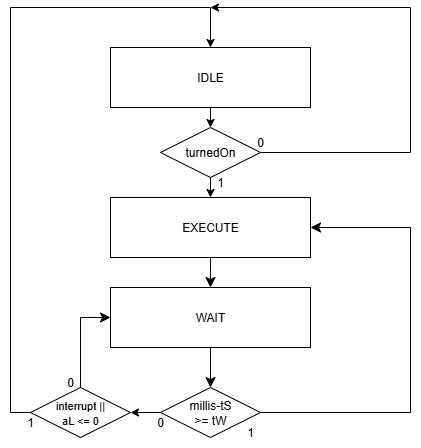
Earlier version of the draw.io export DiagramaDeEstados.png (Dexiis/FSO-TP1). Source tidied: cells renumbered, new cells last; positions are measured from the earlier drawing's top-left corner, leaving out a move shared by most shapes.
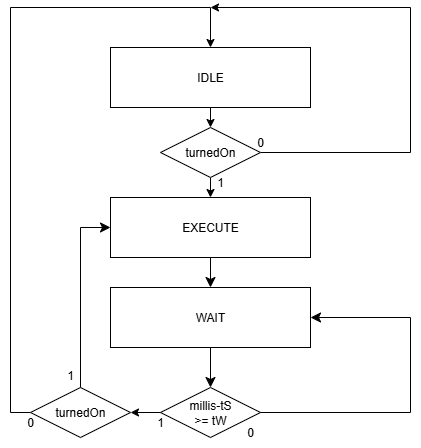
The same file after the commit.

Commit message:
Diagrama de Estados Atualizado

The edit, as a diff of the source:
```diff
@@ -2,107 +2,107 @@
   <root>
     <mxCell id="0" />
     <mxCell id="1" parent="0" />
-    <mxCell id="2" style="edgeStyle=none;curved=1;rounded=0;jettySize=auto;html=1;exitX=0.5;exitY=1;exitDx=0;exitDy=0;entryX=0.5;entryY=0;entryDx=0;entryDy=0;fontSize=12;startSize=8;endSize=8;" parent="1" edge="1" source="3" target="6">
-      <mxGeometry relative="1" as="geometry" />
-    </mxCell>
-    <mxCell id="3" style="rounded=0;whiteSpace=wrap;html=1;" parent="1" vertex="1">
-      <mxGeometry x="110" y="190" width="200" height="60" as="geometry" />
-    </mxCell>
+    <mxCell id="29" style="edgeStyle=none;curved=1;rounded=0;jettySize=auto;html=1;exitX=0.5;exitY=1;exitDx=0;exitDy=0;entryX=0.5;entryY=0;entryDx=0;entryDy=0;fontSize=12;startSize=8;endSize=8;" parent="1" edge="1" source="30" target="32">
+      <mxGeometry relative="1" as="geometry" />
+    </mxCell>
+    <mxCell id="30" style="rounded=0;whiteSpace=wrap;html=1;" parent="1" vertex="1">
+      <mxGeometry x="110" y="190" width="200" height="60" as="geometry" />
+    </mxCell>
     <mxCell id="4" value="EXECUTE" style="text;html=1;align=center;verticalAlign=middle;whiteSpace=wrap;rounded=0;" parent="1" vertex="1">
       <mxGeometry x="180" y="205" width="60" height="30" as="geometry" />
     </mxCell>
-    <mxCell id="5" style="edgeStyle=none;curved=1;rounded=0;jettySize=auto;html=1;exitX=0.5;exitY=1;exitDx=0;exitDy=0;entryX=0.5;entryY=0;entryDx=0;entryDy=0;fontSize=12;startSize=8;endSize=8;" parent="1" edge="1" source="6" target="9">
-      <mxGeometry relative="1" as="geometry" />
-    </mxCell>
-    <mxCell id="6" style="rounded=0;whiteSpace=wrap;html=1;" parent="1" vertex="1">
-      <mxGeometry x="110" y="280" width="200" height="60" as="geometry" />
-    </mxCell>
+    <mxCell id="31" style="edgeStyle=none;curved=1;rounded=0;jettySize=auto;html=1;exitX=0.5;exitY=1;exitDx=0;exitDy=0;entryX=0.5;entryY=0;entryDx=0;entryDy=0;fontSize=12;startSize=8;endSize=8;" parent="1" edge="1" source="32" target="34">
+      <mxGeometry relative="1" as="geometry" />
+    </mxCell>
+    <mxCell id="32" style="rounded=0;whiteSpace=wrap;html=1;" parent="1" vertex="1">
+      <mxGeometry x="110" y="280" width="200" height="60" as="geometry" />
+    </mxCell>
     <mxCell id="7" value="WAIT" style="text;html=1;align=center;verticalAlign=middle;whiteSpace=wrap;rounded=0;" parent="1" vertex="1">
       <mxGeometry x="180" y="295" width="60" height="30" as="geometry" />
     </mxCell>
-    <mxCell id="8" style="edgeStyle=none;curved=0;rounded=0;jettySize=auto;html=1;entryX=1;entryY=0.5;entryDx=0;entryDy=0;fontSize=12;startSize=8;endSize=8;exitX=1;exitY=0.5;exitDx=0;exitDy=0;" parent="1" edge="1" source="9" target="3">
-      <mxGeometry relative="1" as="geometry">
-        <Array as="points">
-          <mxPoint x="410" y="405" />
-          <mxPoint x="410" y="220" />
-        </Array>
-      </mxGeometry>
-    </mxCell>
-    <mxCell id="9" style="rhombus;whiteSpace=wrap;html=1;" parent="1" vertex="1">
-      <mxGeometry x="160" y="380" width="100" height="50" as="geometry" />
-    </mxCell>
-    <mxCell id="10" style="edgeStyle=orthogonalEdgeStyle;rounded=0;jettySize=auto;html=1;exitX=0.5;exitY=1;exitDx=0;exitDy=0;entryX=0.5;entryY=0;entryDx=0;entryDy=0;" parent="1" edge="1" source="11" target="25">
-      <mxGeometry relative="1" as="geometry" />
-    </mxCell>
-    <mxCell id="11" style="rounded=0;whiteSpace=wrap;html=1;" parent="1" vertex="1">
-      <mxGeometry x="110" y="40" width="200" height="60" as="geometry" />
-    </mxCell>
+    <mxCell id="33" style="edgeStyle=none;curved=0;rounded=0;jettySize=auto;html=1;entryX=1;entryY=0.5;entryDx=0;entryDy=0;fontSize=12;startSize=8;endSize=8;exitX=1;exitY=0.5;exitDx=0;exitDy=0;" parent="1" edge="1" source="34" target="32">
+      <mxGeometry relative="1" as="geometry">
+        <Array as="points">
+          <mxPoint x="410" y="405" />
+          <mxPoint x="410" y="310" />
+        </Array>
+      </mxGeometry>
+    </mxCell>
+    <mxCell id="34" style="rhombus;whiteSpace=wrap;html=1;" parent="1" vertex="1">
+      <mxGeometry x="160" y="380" width="100" height="50" as="geometry" />
+    </mxCell>
+    <mxCell id="35" style="edgeStyle=orthogonalEdgeStyle;rounded=0;jettySize=auto;html=1;exitX=0.5;exitY=1;exitDx=0;exitDy=0;entryX=0.5;entryY=0;entryDx=0;entryDy=0;" parent="1" edge="1" source="36" target="48">
+      <mxGeometry relative="1" as="geometry" />
+    </mxCell>
+    <mxCell id="36" style="rounded=0;whiteSpace=wrap;html=1;" parent="1" vertex="1">
+      <mxGeometry x="110" y="40" width="200" height="60" as="geometry" />
+    </mxCell>
     <mxCell id="12" value="IDLE" style="text;html=1;align=center;verticalAlign=middle;whiteSpace=wrap;rounded=0;" parent="1" vertex="1">
       <mxGeometry x="180" y="55" width="60" height="30" as="geometry" />
     </mxCell>
     <mxCell id="13" value="millis-tS &amp;gt;= tW" style="text;html=1;align=center;verticalAlign=middle;whiteSpace=wrap;rounded=0;" parent="1" vertex="1">
       <mxGeometry x="180" y="390" width="60" height="30" as="geometry" />
     </mxCell>
-    <mxCell id="14" value="1" style="text;html=1;align=center;verticalAlign=middle;whiteSpace=wrap;rounded=0;" parent="1" vertex="1">
-      <mxGeometry x="220" y="410" width="60" height="30" as="geometry" />
-    </mxCell>
-    <mxCell id="15" value="0" style="text;html=1;align=center;verticalAlign=middle;whiteSpace=wrap;rounded=0;" parent="1" vertex="1">
-      <mxGeometry x="130" y="400" width="60" height="30" as="geometry" />
-    </mxCell>
-    <mxCell id="16" style="edgeStyle=orthogonalEdgeStyle;rounded=0;jettySize=auto;html=1;exitX=0;exitY=0.5;exitDx=0;exitDy=0;entryX=0.5;entryY=0;entryDx=0;entryDy=0;" parent="1" edge="1" source="18" target="11">
-      <mxGeometry relative="1" as="geometry">
-        <Array as="points">
-          <mxPoint x="10" y="405" />
-          <mxPoint x="10" />
-          <mxPoint x="210" />
-        </Array>
-      </mxGeometry>
-    </mxCell>
-    <mxCell id="17" style="edgeStyle=none;curved=0;rounded=0;jettySize=auto;html=1;exitX=0.5;exitY=0;exitDx=0;exitDy=0;entryX=0;entryY=0.5;entryDx=0;entryDy=0;fontSize=12;startSize=8;endSize=8;" parent="1" edge="1" source="18" target="6">
-      <mxGeometry relative="1" as="geometry">
-        <Array as="points">
-          <mxPoint x="80" y="310" />
-        </Array>
-      </mxGeometry>
-    </mxCell>
-    <mxCell id="18" style="rhombus;whiteSpace=wrap;html=1;" parent="1" vertex="1">
-      <mxGeometry x="30" y="380" width="100" height="50" as="geometry" />
-    </mxCell>
-    <mxCell id="19" value="&lt;font style=&quot;font-size: 11px;&quot;&gt;interrupt || aL &amp;lt;= 0&lt;/font&gt;" style="text;html=1;align=center;verticalAlign=middle;whiteSpace=wrap;rounded=0;" parent="1" vertex="1">
-      <mxGeometry x="50" y="390" width="60" height="30" as="geometry" />
-    </mxCell>
-    <mxCell id="20" value="0" style="text;html=1;align=center;verticalAlign=middle;whiteSpace=wrap;rounded=0;" parent="1" vertex="1">
-      <mxGeometry x="40" y="360" width="60" height="30" as="geometry" />
-    </mxCell>
-    <mxCell id="21" value="1" style="text;html=1;align=center;verticalAlign=middle;whiteSpace=wrap;rounded=0;" parent="1" vertex="1">
-      <mxGeometry y="400" width="60" height="30" as="geometry" />
-    </mxCell>
-    <mxCell id="22" style="edgeStyle=orthogonalEdgeStyle;rounded=0;jettySize=auto;html=1;exitX=0;exitY=0.5;exitDx=0;exitDy=0;entryX=1;entryY=0.5;entryDx=0;entryDy=0;" parent="1" edge="1" source="9" target="18">
-      <mxGeometry relative="1" as="geometry" />
-    </mxCell>
-    <mxCell id="23" style="edgeStyle=orthogonalEdgeStyle;rounded=0;jettySize=auto;html=1;exitX=0.5;exitY=1;exitDx=0;exitDy=0;entryX=0.5;entryY=0;entryDx=0;entryDy=0;" parent="1" edge="1" source="25" target="3">
-      <mxGeometry relative="1" as="geometry" />
-    </mxCell>
-    <mxCell id="24" style="edgeStyle=orthogonalEdgeStyle;rounded=0;jettySize=auto;html=1;exitX=1;exitY=0.5;exitDx=0;exitDy=0;" parent="1" edge="1" source="25">
-      <mxGeometry relative="1" as="geometry">
-        <mxPoint x="210" as="targetPoint" />
-        <Array as="points">
-          <mxPoint x="410" y="145" />
-          <mxPoint x="410" />
-        </Array>
-      </mxGeometry>
-    </mxCell>
-    <mxCell id="25" style="rhombus;whiteSpace=wrap;html=1;" parent="1" vertex="1">
-      <mxGeometry x="160" y="120" width="100" height="50" as="geometry" />
-    </mxCell>
-    <mxCell id="26" value="1" style="text;html=1;align=center;verticalAlign=middle;whiteSpace=wrap;rounded=0;" parent="1" vertex="1">
-      <mxGeometry x="190" y="160" width="60" height="30" as="geometry" />
-    </mxCell>
-    <mxCell id="27" value="turnedOn" style="text;html=1;align=center;verticalAlign=middle;whiteSpace=wrap;rounded=0;" parent="1" vertex="1">
-      <mxGeometry x="180" y="130" width="60" height="30" as="geometry" />
-    </mxCell>
-    <mxCell id="28" value="0" style="text;html=1;align=center;verticalAlign=middle;whiteSpace=wrap;rounded=0;" parent="1" vertex="1">
-      <mxGeometry x="230" y="120" width="60" height="30" as="geometry" />
-    </mxCell>
+    <mxCell id="37" value="0" style="text;html=1;align=center;verticalAlign=middle;whiteSpace=wrap;rounded=0;" parent="1" vertex="1">
+      <mxGeometry x="220" y="410" width="60" height="30" as="geometry" />
+    </mxCell>
+    <mxCell id="38" value="1" style="text;html=1;align=center;verticalAlign=middle;whiteSpace=wrap;rounded=0;" parent="1" vertex="1">
+      <mxGeometry x="130" y="400" width="60" height="30" as="geometry" />
+    </mxCell>
+    <mxCell id="39" style="edgeStyle=orthogonalEdgeStyle;rounded=0;jettySize=auto;html=1;exitX=0;exitY=0.5;exitDx=0;exitDy=0;entryX=0.5;entryY=0;entryDx=0;entryDy=0;" parent="1" edge="1" source="41" target="36">
+      <mxGeometry relative="1" as="geometry">
+        <Array as="points">
+          <mxPoint x="10" y="405" />
+          <mxPoint x="10" />
+          <mxPoint x="210" />
+        </Array>
+      </mxGeometry>
+    </mxCell>
+    <mxCell id="40" style="edgeStyle=none;curved=0;rounded=0;jettySize=auto;html=1;exitX=0.5;exitY=0;exitDx=0;exitDy=0;entryX=0;entryY=0.5;entryDx=0;entryDy=0;fontSize=12;startSize=8;endSize=8;" parent="1" edge="1" source="41" target="30">
+      <mxGeometry relative="1" as="geometry">
+        <Array as="points">
+          <mxPoint x="80" y="220" />
+        </Array>
+      </mxGeometry>
+    </mxCell>
+    <mxCell id="41" style="rhombus;whiteSpace=wrap;html=1;" parent="1" vertex="1">
+      <mxGeometry x="30" y="380" width="100" height="50" as="geometry" />
+    </mxCell>
+    <mxCell id="42" value="turnedOn" style="text;html=1;align=center;verticalAlign=middle;whiteSpace=wrap;rounded=0;" parent="1" vertex="1">
+      <mxGeometry x="50" y="390" width="60" height="30" as="geometry" />
+    </mxCell>
+    <mxCell id="43" value="1&lt;div&gt;&lt;br&gt;&lt;/div&gt;" style="text;html=1;align=center;verticalAlign=middle;whiteSpace=wrap;rounded=0;" parent="1" vertex="1">
+      <mxGeometry x="40" y="360" width="60" height="30" as="geometry" />
+    </mxCell>
+    <mxCell id="44" value="0" style="text;html=1;align=center;verticalAlign=middle;whiteSpace=wrap;rounded=0;" parent="1" vertex="1">
+      <mxGeometry y="400" width="60" height="30" as="geometry" />
+    </mxCell>
+    <mxCell id="45" style="edgeStyle=orthogonalEdgeStyle;rounded=0;jettySize=auto;html=1;exitX=0;exitY=0.5;exitDx=0;exitDy=0;entryX=1;entryY=0.5;entryDx=0;entryDy=0;" parent="1" edge="1" source="34" target="41">
+      <mxGeometry relative="1" as="geometry" />
+    </mxCell>
+    <mxCell id="46" style="edgeStyle=orthogonalEdgeStyle;rounded=0;jettySize=auto;html=1;exitX=0.5;exitY=1;exitDx=0;exitDy=0;entryX=0.5;entryY=0;entryDx=0;entryDy=0;" parent="1" edge="1" source="48" target="30">
+      <mxGeometry relative="1" as="geometry" />
+    </mxCell>
+    <mxCell id="47" style="edgeStyle=orthogonalEdgeStyle;rounded=0;jettySize=auto;html=1;exitX=1;exitY=0.5;exitDx=0;exitDy=0;" parent="1" edge="1" source="48">
+      <mxGeometry relative="1" as="geometry">
+        <mxPoint x="210" as="targetPoint" />
+        <Array as="points">
+          <mxPoint x="410" y="145" />
+          <mxPoint x="410" />
+        </Array>
+      </mxGeometry>
+    </mxCell>
+    <mxCell id="48" style="rhombus;whiteSpace=wrap;html=1;" parent="1" vertex="1">
+      <mxGeometry x="160" y="120" width="100" height="50" as="geometry" />
+    </mxCell>
+    <mxCell id="49" value="1" style="text;html=1;align=center;verticalAlign=middle;whiteSpace=wrap;rounded=0;" parent="1" vertex="1">
+      <mxGeometry x="190" y="160" width="60" height="30" as="geometry" />
+    </mxCell>
+    <mxCell id="50" value="turnedOn" style="text;html=1;align=center;verticalAlign=middle;whiteSpace=wrap;rounded=0;" parent="1" vertex="1">
+      <mxGeometry x="180" y="130" width="60" height="30" as="geometry" />
+    </mxCell>
+    <mxCell id="51" value="0" style="text;html=1;align=center;verticalAlign=middle;whiteSpace=wrap;rounded=0;" parent="1" vertex="1">
+      <mxGeometry x="230" y="120" width="60" height="30" as="geometry" />
+    </mxCell>
   </root>
 </mxGraphModel>
```
